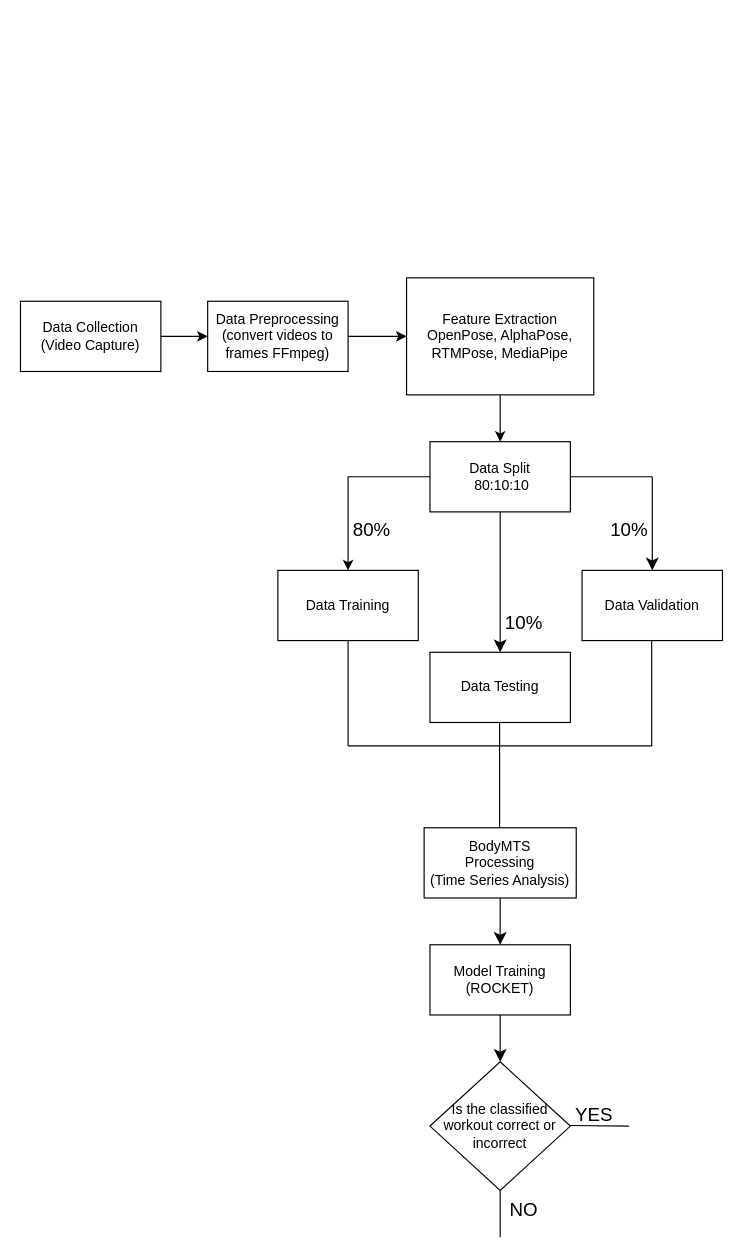
Privcy/3DMTS-allehc keeps this draw.io diagram as ConceptFramework.drawio. Above is the earlier version. Source tidied: cells renumbered, new cells numbered last; positions are measured from the earlier drawing's top-left corner, leaving out a move shared by most shapes. Both pictures are drawn from the tidied source at 117%, with x=0, y=0 at pixel (20, 277).
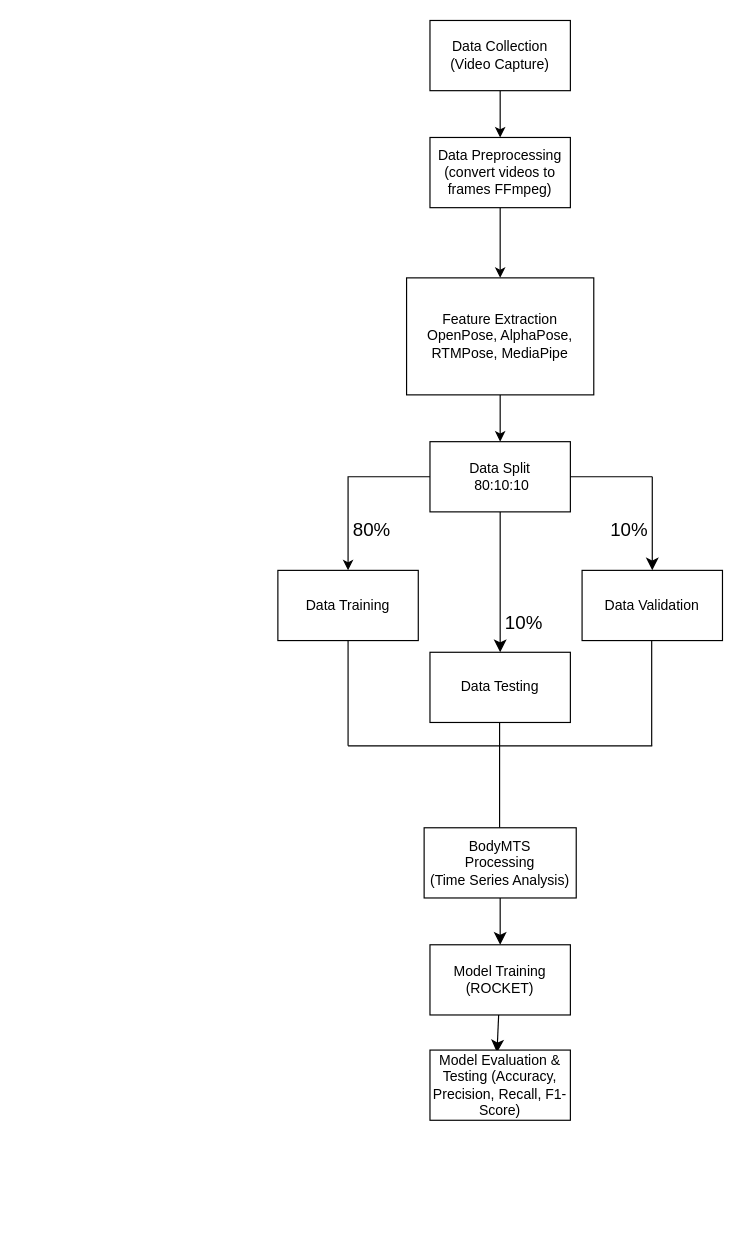
The same diagram, later.

Unchanged cells that the change refers to:
```xml
<mxCell id="26" value="Model Training (ROCKET)" style="rounded=0;whiteSpace=wrap;html=1;" parent="1" vertex="1">
  <mxGeometry x="350" y="570" width="120" height="60" as="geometry" />
</mxCell>
```

Diff of the diagram source:
```diff
@@
     <mxCell id="3" value="Data Collection (Video Capture)" style="rounded=0;whiteSpace=wrap;html=1;" parent="1" vertex="1">
-      <mxGeometry y="20" width="120" height="60" as="geometry" />
+      <mxGeometry x="350" y="-220" width="120" height="60" as="geometry" />
     </mxCell>
@@
     <mxCell id="5" value="Data Preprocessing (convert videos to frames FFmpeg)" style="rounded=0;whiteSpace=wrap;html=1;" parent="1" vertex="1">
-      <mxGeometry x="160" y="20" width="120" height="60" as="geometry" />
+      <mxGeometry x="350" y="-120" width="120" height="60" as="geometry" />
     </mxCell>
@@
-    <mxCell id="25" style="edgeStyle=none;curved=1;rounded=0;jettySize=auto;html=1;fontSize=12;startSize=8;endSize=8;" parent="1" edge="1" source="26" target="27">
-      <mxGeometry relative="1" as="geometry" />
+    <mxCell id="25" style="edgeStyle=none;curved=1;rounded=0;jettySize=auto;html=1;fontSize=12;startSize=8;endSize=8;" parent="1" edge="1" source="26">
+      <mxGeometry relative="1" as="geometry">
+        <mxPoint x="407.3" y="662.1" as="targetPoint" />
+      </mxGeometry>
     </mxCell>
@@
-    <mxCell id="27" value="Is the classified workout correct or incorrect" style="rhombus;whiteSpace=wrap;html=1;rounded=0;" parent="1" vertex="1">
-      <mxGeometry x="350" y="670" width="120" height="110" as="geometry" />
-    </mxCell>
-    <mxCell id="28" style="endArrow=none;html=1;rounded=0;fontSize=12;startSize=8;endSize=8;curved=1;" parent="1" edge="1">
-      <mxGeometry relative="1" as="geometry">
-        <mxPoint x="470" y="724.5" as="sourcePoint" />
-        <mxPoint x="520" y="725" as="targetPoint" />
-      </mxGeometry>
-    </mxCell>
-    <mxCell id="29" style="endArrow=none;html=1;rounded=0;fontSize=12;startSize=8;endSize=8;curved=1;" parent="1" edge="1">
-      <mxGeometry relative="1" as="geometry">
-        <mxPoint x="410" y="780" as="sourcePoint" />
-        <mxPoint x="410" y="820" as="targetPoint" />
-      </mxGeometry>
-    </mxCell>
-    <mxCell id="30" value="YES" style="text;html=1;align=center;verticalAlign=middle;strokeColor=none;fillColor=none;fontSize=16;" parent="1" vertex="1">
-      <mxGeometry x="460" y="700" width="60" height="30" as="geometry" />
-    </mxCell>
-    <mxCell id="31" value="NO" style="text;html=1;align=center;verticalAlign=middle;strokeColor=none;fillColor=none;fontSize=16;" parent="1" vertex="1">
-      <mxGeometry x="405" y="781" width="50" height="30" as="geometry" />
-    </mxCell>
+    <mxCell id="32" value="Model Evaluation &amp;amp; Testing (Accuracy, Precision, Recall, F1-Score)" style="rounded=0;whiteSpace=wrap;html=1;" parent="1" vertex="1">
+      <mxGeometry x="350" y="660" width="120" height="60" as="geometry" />
+    </mxCell>
```
